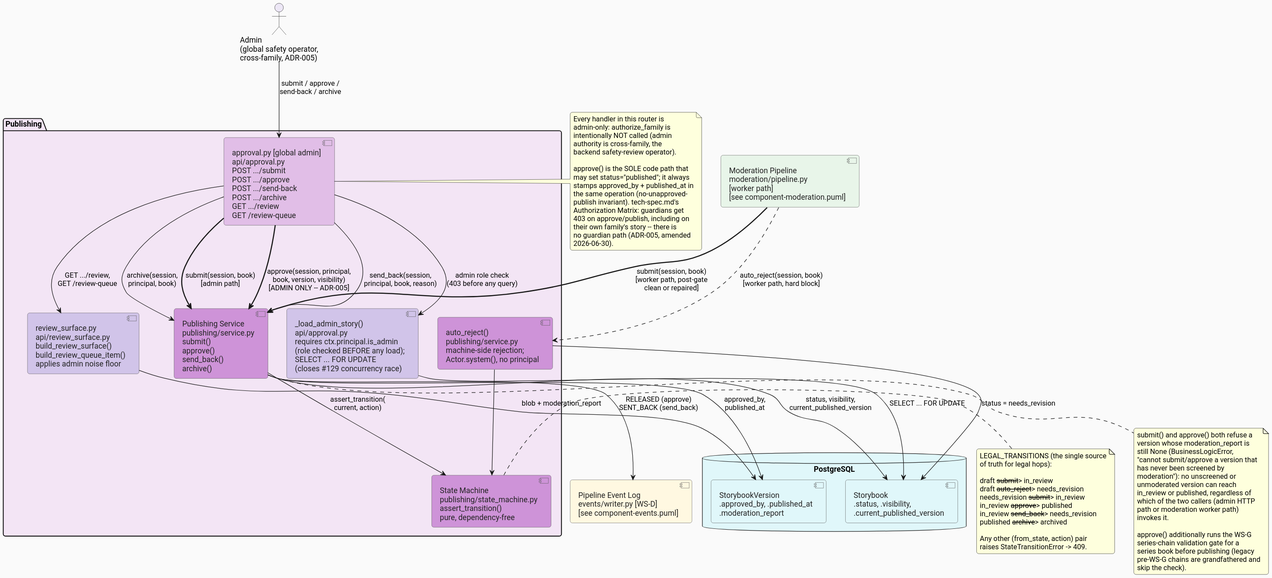
Earlier version of the PlantUML export docs/architecture/diagrams/component-publishing.svg (ByronWilliamsCPA/cyo-adventure). The source it was exported from:
```plantuml
@startuml

skinparam defaultFontName "Roboto"
skinparam backgroundColor #FAFAFA
skinparam roundCorner 8
skinparam componentStyle uml2

skinparam component {
  BorderColor #555555
  FontColor #222222
}

actor "Admin\n(global safety operator,\ncross-family, ADR-005)" as admin #EDE7F6

component "Moderation Pipeline\nmoderation/pipeline.py\n[worker path]\n[see component-moderation.puml]" as moderation #E8F5E9

package "Publishing" #F3E5F5 {

  component "approval.py [global admin]\napi/approval.py\nPOST .../submit\nPOST .../approve\nPOST .../send-back\nPOST .../archive\nGET .../review\nGET /review-queue" as approval_router #E1BEE7

  component "_load_admin_story()\napi/approval.py\nrequires ctx.principal.is_admin\n(role checked BEFORE any load);\nSELECT ... FOR UPDATE\n(closes #129 concurrency race)" as load_admin #D1C4E9

  component "review_surface.py\napi/review_surface.py\nbuild_review_surface()\nbuild_review_queue_item()\napplies admin noise floor" as review_surface #D1C4E9

  component "State Machine\npublishing/state_machine.py\nassert_transition()\npure, dependency-free" as state_machine #CE93D8

  component "Publishing Service\npublishing/service.py\nsubmit()\napprove()\nsend_back()\narchive()" as service #CE93D8

  component "auto_reject()\npublishing/service.py\nmachine-side rejection;\nActor.system(), no principal" as auto_reject #CE93D8

}

database "PostgreSQL" as pg #E0F7FA {
  component "Storybook\n.status, .visibility,\n.current_published_version" as storybook_row #E0F7FA
  component "StorybookVersion\n.approved_by, .published_at\n.moderation_report" as version_row #E0F7FA
}

component "Pipeline Event Log\nevents/writer.py [WS-D]\n[see component-events.puml]" as events_log #FFF8E1

admin --> approval_router : "submit / approve /\nsend-back / archive"
approval_router --> load_admin : "admin role check\n(403 before any query)"
load_admin --> storybook_row : "SELECT ... FOR UPDATE"
approval_router --> review_surface : "GET .../review,\nGET /review-queue"
review_surface --> version_row : "blob + moderation_report"

approval_router ==> service : "submit(session, book)\n[admin path]"
moderation ==> service : "submit(session, book)\n[worker path, post-gate\nclean or repaired]"
moderation ..> auto_reject : "auto_reject(session, book)\n[worker path, hard block]"
service --> state_machine : "assert_transition(\ncurrent, action)"
auto_reject --> state_machine

approval_router ==> service : "approve(session, principal,\nbook, version, visibility)\n[ADMIN ONLY -- ADR-005]"
approval_router --> service : "send_back(session,\nprincipal, book, reason)"
approval_router --> service : "archive(session,\nprincipal, book)"

service --> storybook_row : "status, visibility,\ncurrent_published_version"
service --> version_row : "approved_by,\npublished_at"
auto_reject --> storybook_row : "status = needs_revision"

service --> events_log : "RELEASED (approve)\nSENT_BACK (send_back)"

note right of state_machine
  LEGAL_TRANSITIONS (the single source
  of truth for legal hops):

  draft --submit--> in_review
  draft --auto_reject--> needs_revision
  needs_revision --submit--> in_review
  in_review --approve--> published
  in_review --send_back--> needs_revision
  published --archive--> archived

  Any other (from_state, action) pair
  raises StateTransitionError -> 409.
end note

note right of approval_router
  Every handler in this router is
  admin-only: authorize_family is
  intentionally NOT called (admin
  authority is cross-family, the
  backend safety-review operator).

  approve() is the SOLE code path that
  may set status="published"; it always
  stamps approved_by + published_at in
  the same operation (no-unapproved-
  publish invariant). tech-spec.md's
  Authorization Matrix: guardians get
  403 on approve/publish, including on
  their own family's story -- there is
  no guardian path (ADR-005, amended
  2026-06-30).
end note

note bottom of service
  submit() and approve() both refuse a
  version whose moderation_report is
  still None (BusinessLogicError,
  "cannot submit/approve a version that
  has never been screened by
  moderation"): no unscreened or
  unmoderated version can reach
  in_review or published, regardless of
  which of the two callers (admin HTTP
  path or moderation worker path)
  invokes it.

  approve() additionally runs the WS-G
  series-chain validation gate for a
  series book before publishing (legacy
  pre-WS-G chains are grandfathered and
  skip the check).
end note
@enduml
```
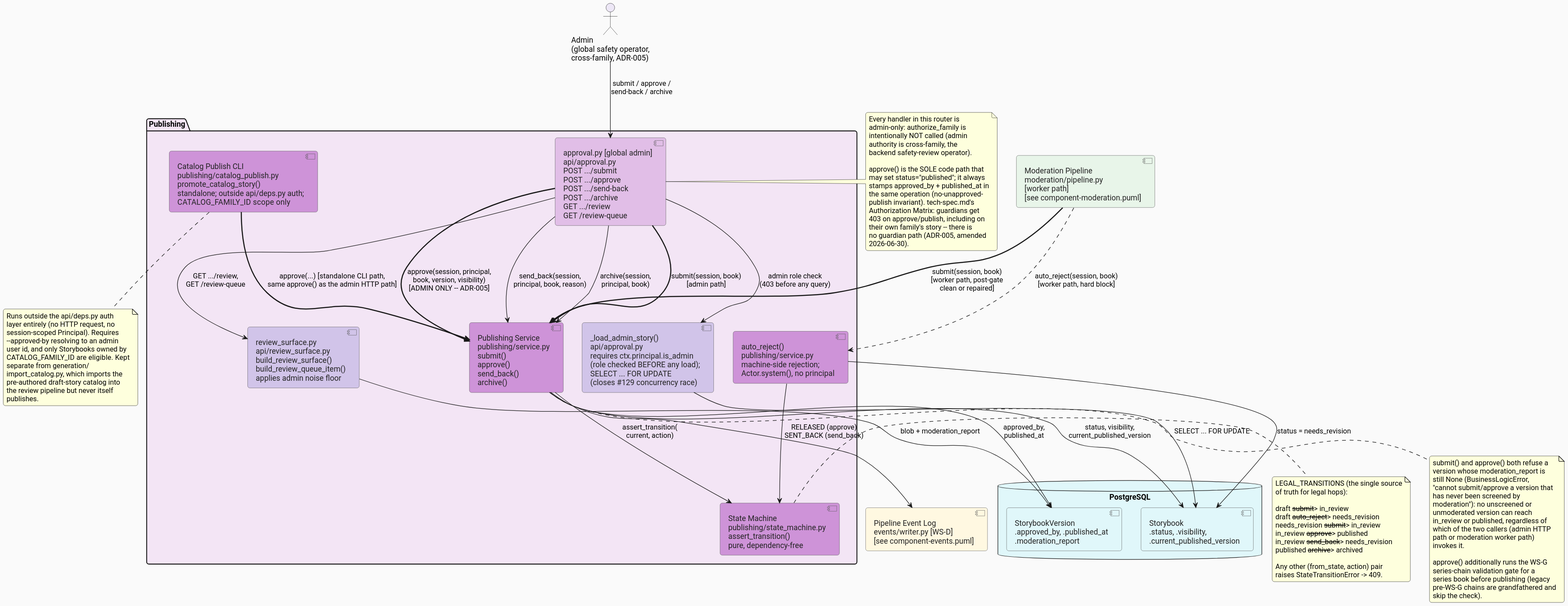
Later version of the same file.

Change to the diagram source:
```diff
@@ -27,6 +27,8 @@
   component "Publishing Service\npublishing/service.py\nsubmit()\napprove()\nsend_back()\narchive()" as service #CE93D8
 
   component "auto_reject()\npublishing/service.py\nmachine-side rejection;\nActor.system(), no principal" as auto_reject #CE93D8
+
+  component "Catalog Publish CLI\npublishing/catalog_publish.py\npromote_catalog_story()\nstandalone; outside api/deps.py auth;\nCATALOG_FAMILY_ID scope only" as catalog_publish #CE93D8
 
 }
 
@@ -58,6 +60,22 @@
 auto_reject --> storybook_row : "status = needs_revision"
 
 service --> events_log : "RELEASED (approve)\nSENT_BACK (send_back)"
+
+catalog_publish ==> service : "approve(...)  [standalone CLI path,\nsame approve() as the admin HTTP path]"
+
+note bottom of catalog_publish
+  Runs outside the api/deps.py auth
+  layer entirely (no HTTP request, no
+  session-scoped Principal). Requires
+  --approved-by resolving to an admin
+  user id, and only Storybooks owned by
+  CATALOG_FAMILY_ID are eligible. Kept
+  separate from generation/
+  import_catalog.py, which imports the
+  pre-authored draft-story catalog into
+  the review pipeline but never itself
+  publishes.
+end note
 
 note right of state_machine
   LEGAL_TRANSITIONS (the single source
```
